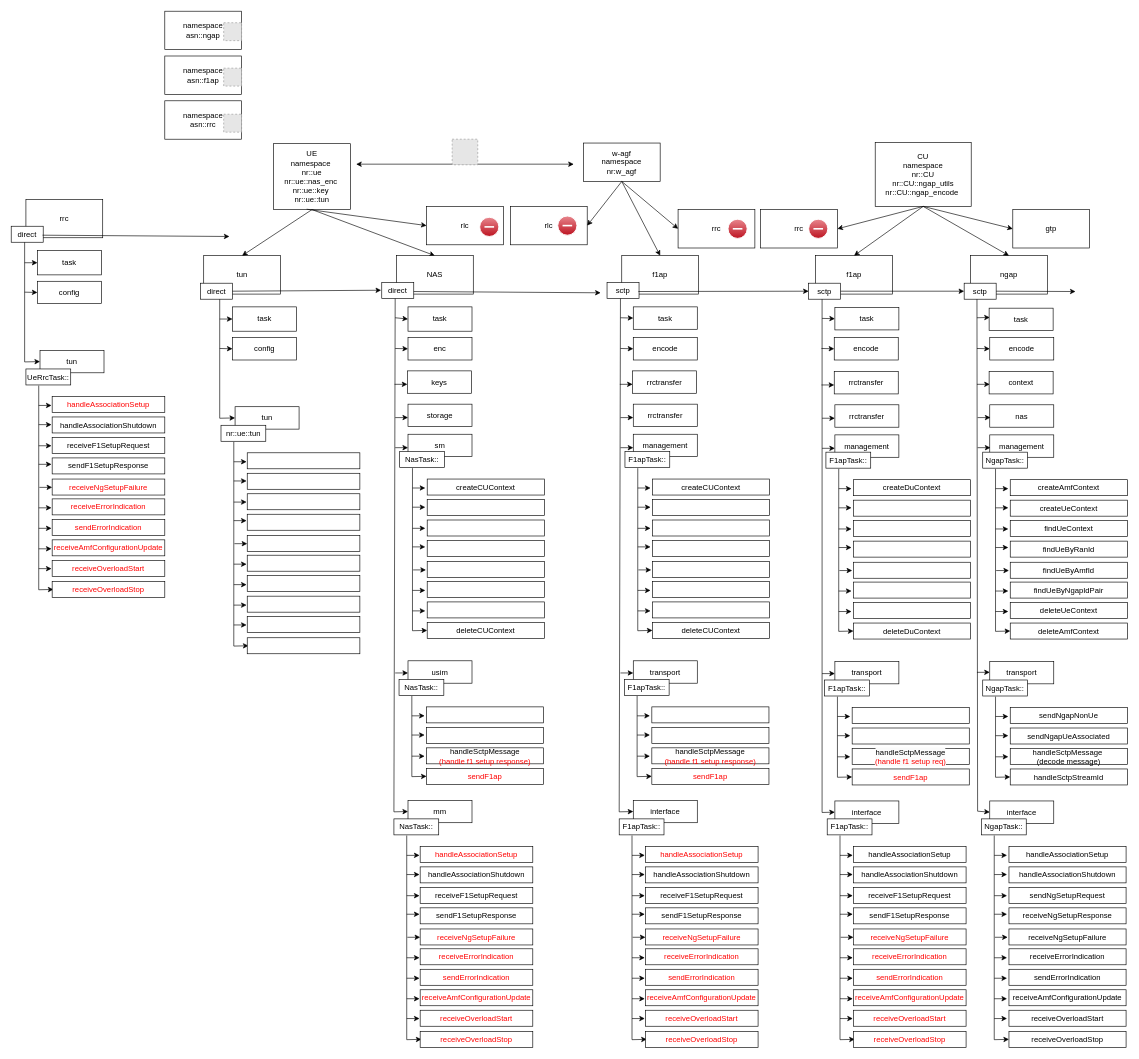
This is page "f1ap & ngap code architecture" (1 of 4) of Diagram of code.drawio from saffanazyan07/z-UERANSIM-W-AGF, a draw.io file, before an edit. Source tidied: cells renumbered, new cells numbered last; positions are measured from the earlier drawing's top-left corner, leaving out a move shared by most shapes. Both pictures are drawn from the tidied source at 64%, with x=0, y=0 at pixel (11, 11). Pictures stored in the file or linked from it are replaced by grey dashed boxes.
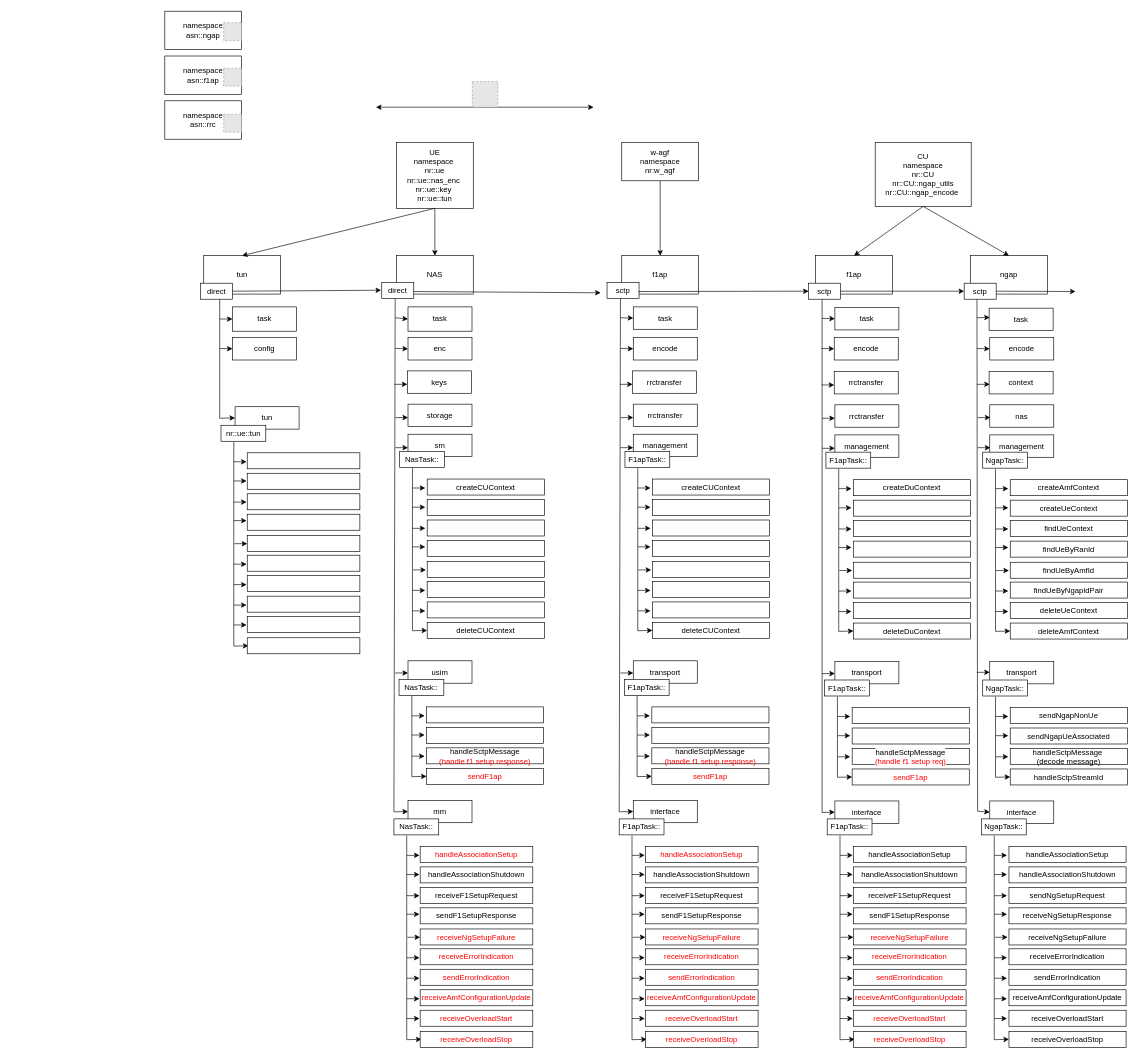
The same page after the edit.

Unchanged cells that the change refers to:
```xml
<mxCell id="2" value="CU&lt;br&gt;namespace&lt;div&gt;&lt;span style=&quot;background-color: initial;&quot;&gt;nr::CU&lt;/span&gt;&lt;/div&gt;&lt;div&gt;&lt;span style=&quot;background-color: initial;&quot;&gt;nr::CU::ngap_utils&lt;/span&gt;&lt;/div&gt;&lt;div&gt;&lt;span style=&quot;background-color: initial;&quot;&gt;nr::CU::ngap_encode&lt;/span&gt;&amp;nbsp;&lt;/div&gt;" style="rounded=0;whiteSpace=wrap;html=1;" parent="1" vertex="1">
  <mxGeometry x="1350" y="205" width="150" height="100" as="geometry" />
</mxCell>
```

The edit, as a diff of the source:
```diff
@@
     <mxCell id="3" value="UE&lt;div&gt;namespace&amp;nbsp;&lt;div&gt;nr::ue&lt;/div&gt;&lt;/div&gt;&lt;div&gt;&lt;div&gt;nr::ue::nas_enc&lt;span style=&quot;background-color: initial;&quot;&gt;&amp;nbsp;&lt;/span&gt;&lt;/div&gt;&lt;/div&gt;&lt;div&gt;&lt;div&gt;nr::ue::key&lt;span style=&quot;background-color: initial;&quot;&gt;&amp;nbsp;&lt;/span&gt;&lt;/div&gt;&lt;/div&gt;&lt;div&gt;&lt;div&gt;nr::ue::tun&lt;/div&gt;&lt;/div&gt;" style="rounded=0;whiteSpace=wrap;html=1;" parent="1" vertex="1">
-      <mxGeometry x="410" y="207" width="120" height="103" as="geometry" />
+      <mxGeometry x="602" y="205" width="120" height="103" as="geometry" />
     </mxCell>
     <mxCell id="4" value="w-agf&lt;div&gt;namespace&lt;br&gt;&lt;/div&gt;&lt;div&gt;nr:w_agf&lt;br&gt;&lt;/div&gt;" style="rounded=0;whiteSpace=wrap;html=1;" parent="1" vertex="1">
-      <mxGeometry x="894" y="206" width="120" height="60" as="geometry" />
+      <mxGeometry x="954" y="205" width="120" height="60" as="geometry" />
     </mxCell>
@@
-    <mxCell id="55" value="gtp" style="rounded=0;whiteSpace=wrap;html=1;" parent="1" vertex="1">
-      <mxGeometry x="1565" y="310" width="120" height="60" as="geometry" />
-    </mxCell>
-    <mxCell id="56" style="endArrow=classic;html=1;rounded=0;exitX=0.5;exitY=1;exitDx=0;exitDy=0;entryX=0;entryY=0.5;entryDx=0;entryDy=0;" parent="1" edge="1" source="2" target="55">
-      <mxGeometry relative="1" as="geometry" />
-    </mxCell>
-    <mxCell id="57" value="rrc" style="rounded=0;whiteSpace=wrap;html=1;" parent="1" vertex="1">
-      <mxGeometry x="1171" y="310" width="120" height="60" as="geometry" />
-    </mxCell>
-    <mxCell id="58" style="endArrow=classic;html=1;rounded=0;exitX=0.5;exitY=1;exitDx=0;exitDy=0;entryX=1;entryY=0.5;entryDx=0;entryDy=0;" parent="1" edge="1" source="2" target="57">
-      <mxGeometry relative="1" as="geometry" />
-    </mxCell>
@@
-    <mxCell id="211" value="rrc" style="rounded=0;whiteSpace=wrap;html=1;" parent="1" vertex="1">
-      <mxGeometry x="1042" y="310" width="120" height="60" as="geometry" />
-    </mxCell>
-    <mxCell id="212" style="endArrow=classic;html=1;rounded=0;exitX=0.5;exitY=1;exitDx=0;exitDy=0;entryX=0;entryY=0.5;entryDx=0;entryDy=0;" parent="1" edge="1" source="4" target="211">
-      <mxGeometry relative="1" as="geometry" />
-    </mxCell>
-    <mxCell id="213" value="rlc" style="rounded=0;whiteSpace=wrap;html=1;" parent="1" vertex="1">
-      <mxGeometry x="780" y="305" width="120" height="60" as="geometry" />
-    </mxCell>
-    <mxCell id="214" style="endArrow=classic;html=1;rounded=0;exitX=0.5;exitY=1;exitDx=0;exitDy=0;entryX=1;entryY=0.5;entryDx=0;entryDy=0;" parent="1" edge="1" source="4" target="213">
-      <mxGeometry relative="1" as="geometry" />
-    </mxCell>
@@
-    <mxCell id="216" style="verticalLabelPosition=bottom;verticalAlign=top;html=1;shadow=0;dashed=0;strokeWidth=1;shape=mxgraph.ios.iDeleteIcon;fillColor=#e8878E;fillColor2=#BD1421;strokeColor=#ffffff;sketch=0;" parent="1" vertex="1">
-      <mxGeometry x="1246" y="325" width="30" height="30" as="geometry" />
-    </mxCell>
-    <mxCell id="217" style="verticalLabelPosition=bottom;verticalAlign=top;html=1;shadow=0;dashed=0;strokeWidth=1;shape=mxgraph.ios.iDeleteIcon;fillColor=#e8878E;fillColor2=#BD1421;strokeColor=#ffffff;sketch=0;" parent="1" vertex="1">
-      <mxGeometry x="854" y="320" width="30" height="30" as="geometry" />
-    </mxCell>
-    <mxCell id="218" style="verticalLabelPosition=bottom;verticalAlign=top;html=1;shadow=0;dashed=0;strokeWidth=1;shape=mxgraph.ios.iDeleteIcon;fillColor=#e8878E;fillColor2=#BD1421;strokeColor=#ffffff;sketch=0;" parent="1" vertex="1">
-      <mxGeometry x="1120" y="325" width="30" height="30" as="geometry" />
-    </mxCell>
@@
-    <mxCell id="283" value="rlc" style="rounded=0;whiteSpace=wrap;html=1;" parent="1" vertex="1">
-      <mxGeometry x="649" y="305" width="120" height="60" as="geometry" />
-    </mxCell>
-    <mxCell id="284" style="verticalLabelPosition=bottom;verticalAlign=top;html=1;shadow=0;dashed=0;strokeWidth=1;shape=mxgraph.ios.iDeleteIcon;fillColor=#e8878E;fillColor2=#BD1421;strokeColor=#ffffff;sketch=0;" parent="1" vertex="1">
-      <mxGeometry x="732" y="322" width="30" height="30" as="geometry" />
-    </mxCell>
-    <mxCell id="285" style="endArrow=classic;html=1;rounded=0;exitX=0.431;exitY=0.994;exitDx=0;exitDy=0;entryX=0;entryY=0.5;entryDx=0;entryDy=0;exitPerimeter=0;" parent="1" edge="1" source="3" target="283">
-      <mxGeometry relative="1" as="geometry" />
-    </mxCell>
     <mxCell id="286" style="endArrow=classic;startArrow=classic;html=1;rounded=0;" parent="1" edge="1">
       <mxGeometry relative="1" as="geometry">
-        <mxPoint x="539" y="239" as="sourcePoint" />
-        <mxPoint x="879" y="239" as="targetPoint" />
+        <mxPoint x="570" y="150" as="sourcePoint" />
+        <mxPoint x="910" y="150" as="targetPoint" />
       </mxGeometry>
     </mxCell>
     <mxCell id="287" style="fillColor=#E6E6E6;strokeColor=#999999;dashed=1;html=1;verticalAlign=top;verticalLabelPosition=bottom;labelBackgroundColor=#ffffff;" parent="1" vertex="1">
-      <mxGeometry x="689" y="200" width="40" height="40" as="geometry" />
+      <mxGeometry x="720.5" y="110" width="40" height="40" as="geometry" />
     </mxCell>
@@
-    <mxCell id="321" value="rrc" style="rounded=0;whiteSpace=wrap;html=1;" parent="1" vertex="1">
-      <mxGeometry x="23" y="294" width="120" height="60" as="geometry" />
-    </mxCell>
-    <mxCell id="322" style="endArrow=classic;html=1;rounded=0;exitX=0.25;exitY=1;exitDx=0;exitDy=0;entryX=0;entryY=0.5;entryDx=0;entryDy=0;" parent="1" edge="1" target="325">
-      <mxGeometry relative="1" as="geometry">
-        <mxPoint x="21" y="353" as="sourcePoint" />
-        <Array as="points">
-          <mxPoint x="21" y="548" />
-        </Array>
-      </mxGeometry>
-    </mxCell>
-    <mxCell id="323" value="task" style="rounded=0;whiteSpace=wrap;html=1;" parent="1" vertex="1">
-      <mxGeometry x="41" y="374" width="100" height="38" as="geometry" />
-    </mxCell>
-    <mxCell id="324" style="endArrow=classic;html=1;rounded=0;entryX=0;entryY=0.5;entryDx=0;entryDy=0;" parent="1" edge="1" target="323">
-      <mxGeometry relative="1" as="geometry">
-        <mxPoint x="21" y="393" as="sourcePoint" />
-      </mxGeometry>
-    </mxCell>
-    <mxCell id="325" value="tun" style="rounded=0;whiteSpace=wrap;html=1;" parent="1" vertex="1">
-      <mxGeometry x="45" y="530" width="100" height="35" as="geometry" />
-    </mxCell>
-    <mxCell id="326" value="direct" style="rounded=0;whiteSpace=wrap;html=1;" parent="1" vertex="1">
-      <mxGeometry y="336" width="50" height="25" as="geometry" />
-    </mxCell>
-    <mxCell id="327" style="endArrow=classic;html=1;rounded=0;" parent="1" edge="1">
-      <mxGeometry relative="1" as="geometry">
-        <mxPoint x="49" y="350" as="sourcePoint" />
-        <mxPoint x="341" y="352" as="targetPoint" />
-      </mxGeometry>
-    </mxCell>
-    <mxCell id="328" style="endArrow=classic;html=1;rounded=0;entryX=0;entryY=0.5;entryDx=0;entryDy=0;" parent="1" edge="1">
-      <mxGeometry relative="1" as="geometry">
-        <mxPoint x="43" y="585" as="sourcePoint" />
-        <mxPoint x="66" y="903.5" as="targetPoint" />
-        <Array as="points">
-          <mxPoint x="43" y="904" />
-        </Array>
-      </mxGeometry>
-    </mxCell>
-    <mxCell id="329" value="&lt;font color=&quot;#ff0000&quot;&gt;handleAssociationSetup&lt;/font&gt;" style="rounded=0;whiteSpace=wrap;html=1;" parent="1" vertex="1">
-      <mxGeometry x="64" y="602" width="176" height="25" as="geometry" />
-    </mxCell>
-    <mxCell id="330" value="receiveF1SetupRequest" style="rounded=0;whiteSpace=wrap;html=1;" parent="1" vertex="1">
-      <mxGeometry x="64" y="666" width="176" height="25" as="geometry" />
-    </mxCell>
-    <mxCell id="331" value="UeRrcTask::" style="rounded=0;whiteSpace=wrap;html=1;" parent="1" vertex="1">
-      <mxGeometry x="23" y="559" width="70" height="25" as="geometry" />
-    </mxCell>
-    <mxCell id="332" value="sendF1SetupResponse" style="rounded=0;whiteSpace=wrap;html=1;" parent="1" vertex="1">
-      <mxGeometry x="64" y="698" width="176" height="25" as="geometry" />
-    </mxCell>
-    <mxCell id="333" value="handleAssociationShutdown" style="rounded=0;whiteSpace=wrap;html=1;" parent="1" vertex="1">
-      <mxGeometry x="64" y="634" width="176" height="25" as="geometry" />
-    </mxCell>
-    <mxCell id="334" value="&lt;span&gt;&lt;font color=&quot;#ff0000&quot;&gt;receiveNgSetupFailure&lt;/font&gt;&lt;/span&gt;" style="rounded=0;whiteSpace=wrap;html=1;fontStyle=0;" parent="1" vertex="1">
-      <mxGeometry x="64" y="731" width="176" height="25" as="geometry" />
-    </mxCell>
-    <mxCell id="335" value="receiveErrorIndication" style="rounded=0;whiteSpace=wrap;html=1;fontColor=#FF0000;" parent="1" vertex="1">
-      <mxGeometry x="64" y="762" width="176" height="25" as="geometry" />
-    </mxCell>
-    <mxCell id="336" value="&lt;font color=&quot;#ff0000&quot;&gt;sendErrorIndication&lt;/font&gt;" style="rounded=0;whiteSpace=wrap;html=1;" parent="1" vertex="1">
-      <mxGeometry x="64" y="794" width="176" height="25" as="geometry" />
-    </mxCell>
-    <mxCell id="337" value="&lt;font color=&quot;#ff0000&quot;&gt;receiveAmfConfigurationUpdate&lt;/font&gt;" style="rounded=0;whiteSpace=wrap;html=1;" parent="1" vertex="1">
-      <mxGeometry x="64" y="826" width="176" height="25" as="geometry" />
-    </mxCell>
-    <mxCell id="338" value="&lt;font color=&quot;#ff0000&quot;&gt;receiveOverloadStart&lt;/font&gt;" style="rounded=0;whiteSpace=wrap;html=1;" parent="1" vertex="1">
-      <mxGeometry x="64" y="858" width="176" height="25" as="geometry" />
-    </mxCell>
-    <mxCell id="339" value="&lt;font color=&quot;#ff0000&quot;&gt;receiveOverloadStop&lt;/font&gt;" style="rounded=0;whiteSpace=wrap;html=1;" parent="1" vertex="1">
-      <mxGeometry x="64" y="891" width="176" height="25" as="geometry" />
-    </mxCell>
-    <mxCell id="340" style="endArrow=classic;html=1;rounded=0;" parent="1" edge="1">
-      <mxGeometry relative="1" as="geometry">
-        <mxPoint x="43" y="616" as="sourcePoint" />
-        <mxPoint x="63" y="616" as="targetPoint" />
-      </mxGeometry>
-    </mxCell>
-    <mxCell id="341" style="endArrow=classic;html=1;rounded=0;" parent="1" edge="1">
-      <mxGeometry relative="1" as="geometry">
-        <mxPoint x="43" y="646" as="sourcePoint" />
-        <mxPoint x="63" y="646" as="targetPoint" />
-      </mxGeometry>
-    </mxCell>
-    <mxCell id="342" style="endArrow=classic;html=1;rounded=0;" parent="1" edge="1">
-      <mxGeometry relative="1" as="geometry">
-        <mxPoint x="43" y="679" as="sourcePoint" />
-        <mxPoint x="63" y="679" as="targetPoint" />
-      </mxGeometry>
-    </mxCell>
-    <mxCell id="343" style="endArrow=classic;html=1;rounded=0;" parent="1" edge="1">
-      <mxGeometry relative="1" as="geometry">
-        <mxPoint x="43" y="708" as="sourcePoint" />
-        <mxPoint x="63" y="708" as="targetPoint" />
-      </mxGeometry>
-    </mxCell>
-    <mxCell id="344" style="endArrow=classic;html=1;rounded=0;" parent="1" edge="1">
-      <mxGeometry relative="1" as="geometry">
-        <mxPoint x="44" y="744" as="sourcePoint" />
-        <mxPoint x="64" y="744" as="targetPoint" />
-      </mxGeometry>
-    </mxCell>
-    <mxCell id="345" style="endArrow=classic;html=1;rounded=0;" parent="1" edge="1">
-      <mxGeometry relative="1" as="geometry">
-        <mxPoint x="43" y="776" as="sourcePoint" />
-        <mxPoint x="63" y="776" as="targetPoint" />
-      </mxGeometry>
-    </mxCell>
-    <mxCell id="346" style="endArrow=classic;html=1;rounded=0;" parent="1" edge="1">
-      <mxGeometry relative="1" as="geometry">
-        <mxPoint x="43" y="808" as="sourcePoint" />
-        <mxPoint x="63" y="808" as="targetPoint" />
-      </mxGeometry>
-    </mxCell>
-    <mxCell id="347" style="endArrow=classic;html=1;rounded=0;" parent="1" edge="1">
-      <mxGeometry relative="1" as="geometry">
-        <mxPoint x="43" y="840" as="sourcePoint" />
-        <mxPoint x="63" y="840" as="targetPoint" />
-      </mxGeometry>
-    </mxCell>
-    <mxCell id="348" style="endArrow=classic;html=1;rounded=0;" parent="1" edge="1">
-      <mxGeometry relative="1" as="geometry">
-        <mxPoint x="43" y="871" as="sourcePoint" />
-        <mxPoint x="63" y="871" as="targetPoint" />
-      </mxGeometry>
-    </mxCell>
-    <mxCell id="349" value="config" style="rounded=0;whiteSpace=wrap;html=1;" parent="1" vertex="1">
-      <mxGeometry x="41" y="422" width="100" height="35" as="geometry" />
-    </mxCell>
-    <mxCell id="350" style="endArrow=classic;html=1;rounded=0;entryX=0;entryY=0.5;entryDx=0;entryDy=0;" parent="1" edge="1" target="349">
-      <mxGeometry relative="1" as="geometry">
-        <mxPoint x="21" y="439" as="sourcePoint" />
-      </mxGeometry>
-    </mxCell>
```
